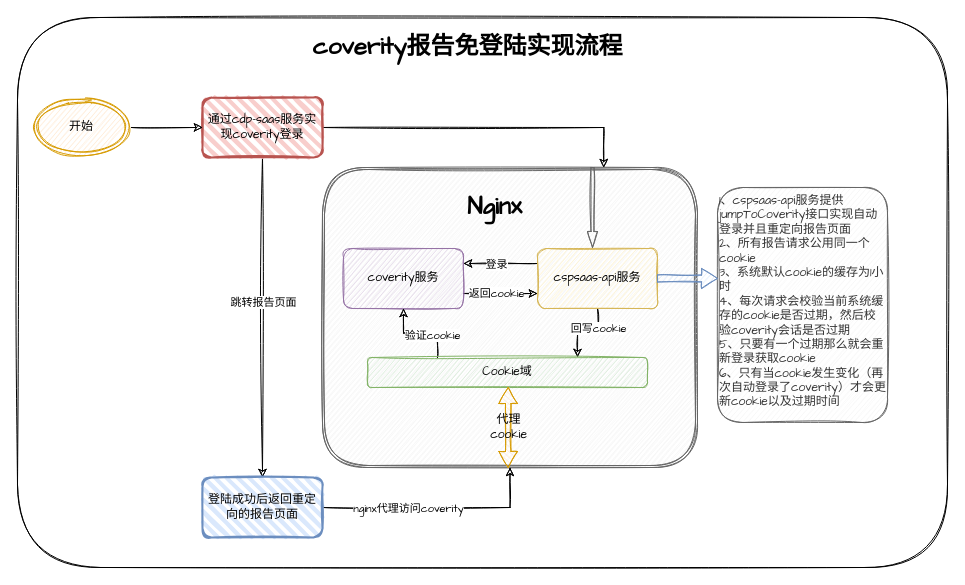
Earlier version of the draw.io diagram Coverity免登陆.drawio (jenkinZhou/online-face). Source tidied: cells renumbered, new cells numbered last; positions are measured from the earlier drawing's top-left corner, leaving out a move shared by most shapes. Both pictures are drawn from the tidied source at 100%, with x=0, y=0 at pixel (17, 17).
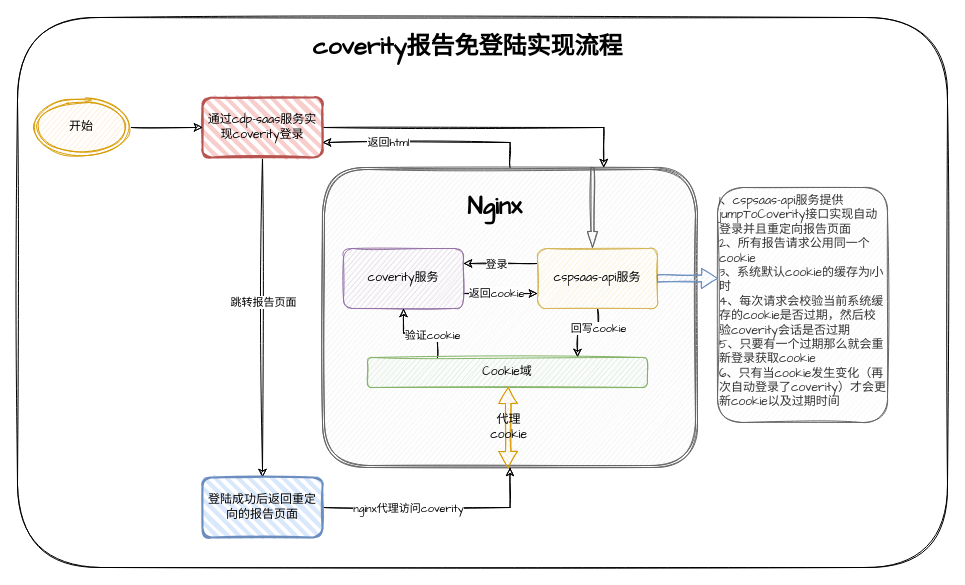
Above is the later version.

Commit message (it also covers changes not shown here):
更新Coverity免登陆.drawio

Unchanged cells that the change refers to:
```xml
<mxCell id="3" style="shape=ext;double=1;rounded=1;whiteSpace=wrap;html=1;fillColor=#f5f5f5;fontColor=#333333;strokeColor=#666666;fontFamily=Comic Sans MS;sketch=1;" parent="1" vertex="1">
  <mxGeometry x="305" y="150" width="375" height="300" as="geometry" />
</mxCell>
<mxCell id="19" value="通过cdp-saas服务实现coverity登录" style="rounded=1;whiteSpace=wrap;html=1;strokeWidth=2;fillWeight=4;hachureGap=8;hachureAngle=45;fillColor=#f8cecc;sketch=1;strokeColor=#b85450;fontFamily=Comic Sans MS;" parent="1" vertex="1">
  <mxGeometry x="185" y="80" width="120" height="60" as="geometry" />
</mxCell>
```

The edit, as a diff of the source:
```diff
@@
+    <mxCell id="30" style="edgeStyle=orthogonalEdgeStyle;rounded=0;sketch=1;jettySize=auto;html=1;exitX=0.5;exitY=0;exitDx=0;exitDy=0;entryX=1;entryY=0.75;entryDx=0;entryDy=0;fontFamily=Comic Sans MS;" parent="1" edge="1" source="3" target="19">
+      <mxGeometry relative="1" as="geometry" />
+    </mxCell>
+    <mxCell id="31" value="返回html" style="edgeLabel;html=1;align=center;verticalAlign=middle;fontFamily=Comic Sans MS;" parent="30" vertex="1">
+      <mxGeometry x="0.38" y="-1" relative="1" as="geometry" />
+    </mxCell>
```
